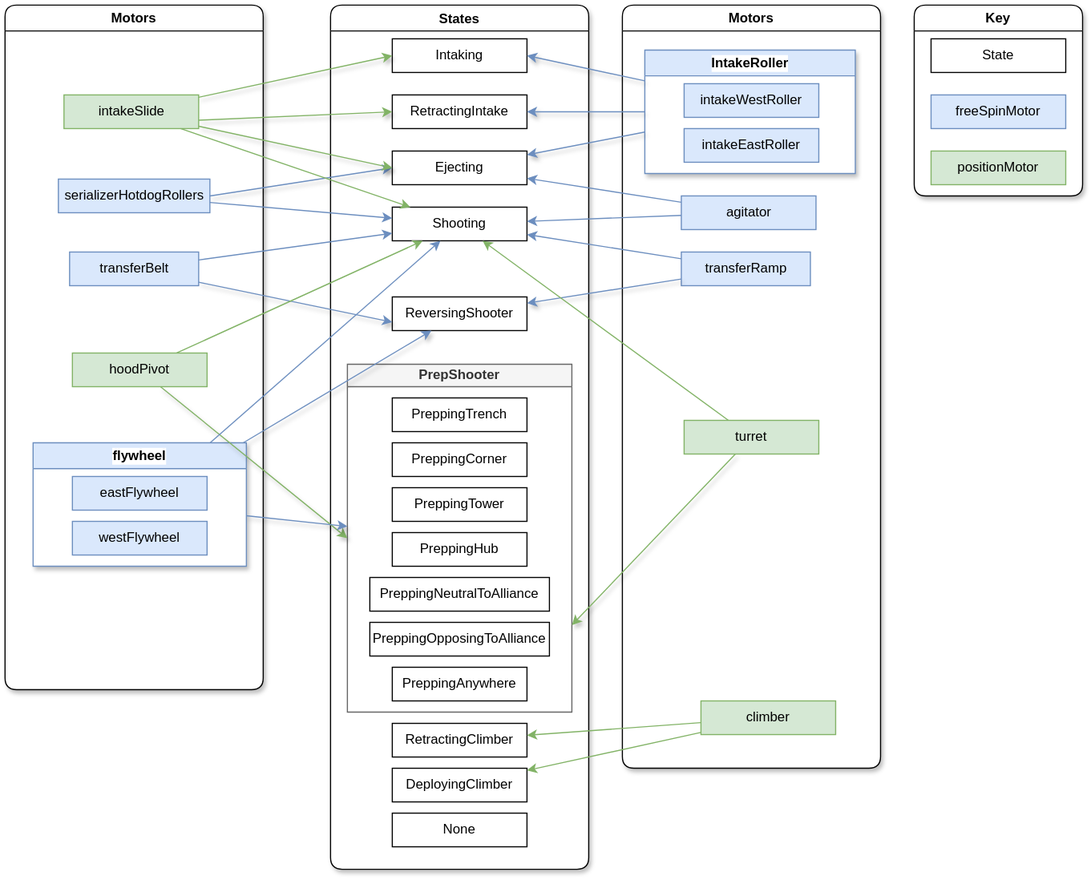
FRCTeam3255/2026_Offbot_Code keeps this draw.io diagram as design/motors_and_states.drawio.svg. Above is the earlier version. Source tidied: cells renumbered, new cells last; positions are measured from the earlier drawing's top-left corner, leaving out a move shared by most shapes.
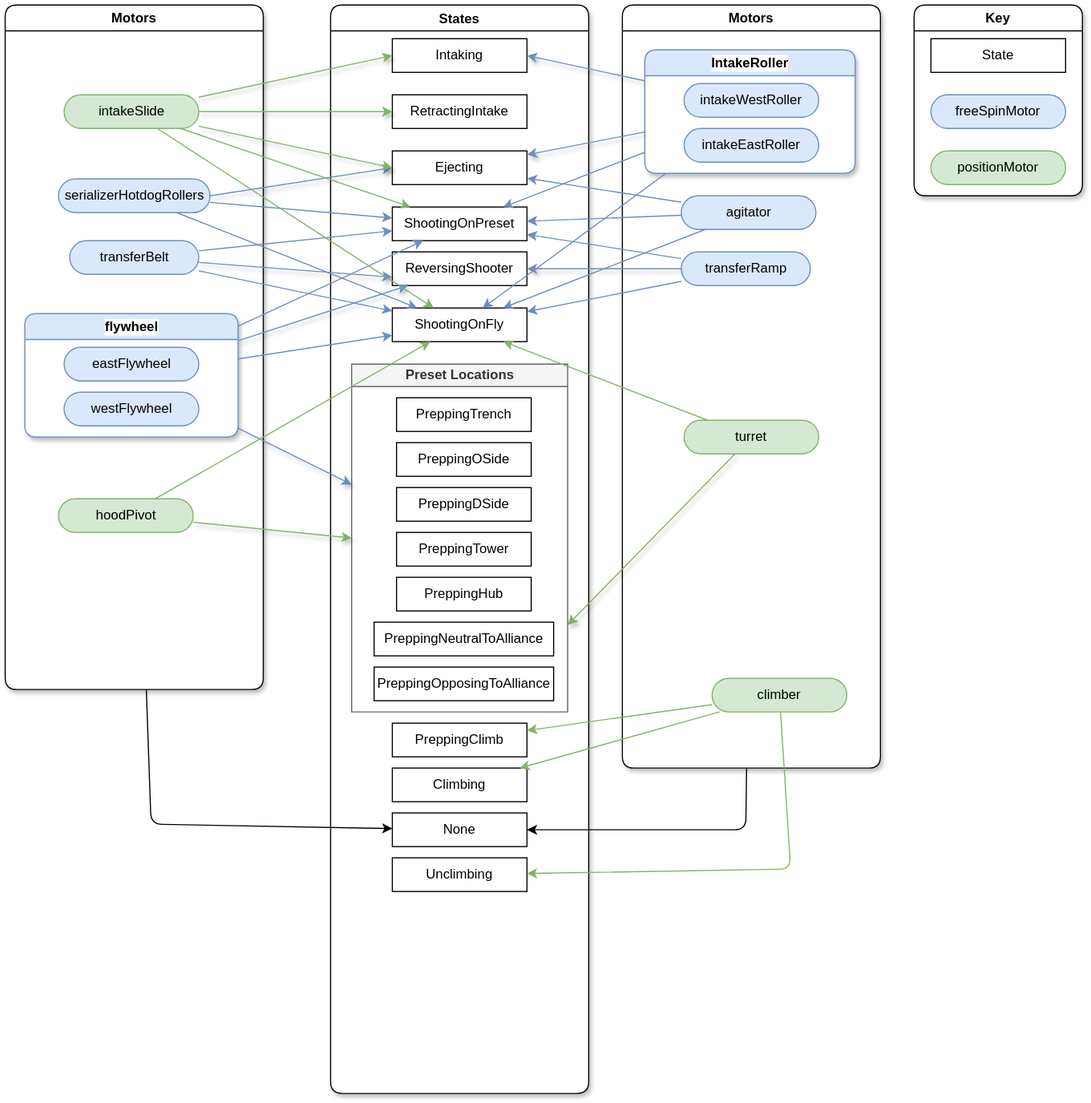
After the change.

What changed in the source:
```diff
@@ -3,114 +3,134 @@
     <mxCell id="0" />
     <mxCell id="1" parent="0" />
     <mxCell id="2" value="States" style="swimlane;swimlaneFillColor=default;glass=0;shadow=1;rounded=1;" parent="1" vertex="1">
-      <mxGeometry x="290" width="230" height="770" as="geometry" />
+      <mxGeometry x="290" width="230" height="970" as="geometry" />
     </mxCell>
     <mxCell id="3" value="Intaking" style="rounded=0;whiteSpace=wrap;html=1;" parent="2" vertex="1">
       <mxGeometry x="55" y="30" width="120" height="30" as="geometry" />
     </mxCell>
-    <mxCell id="4" value="Shooting" style="rounded=0;whiteSpace=wrap;html=1;" parent="2" vertex="1">
+    <mxCell id="4" value="ShootingOnPreset" style="rounded=0;whiteSpace=wrap;html=1;" parent="2" vertex="1">
       <mxGeometry x="55" y="180" width="120" height="30" as="geometry" />
     </mxCell>
-    <mxCell id="5" value="PrepShooter" style="swimlane;whiteSpace=wrap;html=1;startSize=20;fillColor=#f5f5f5;fontColor=#333333;strokeColor=#666666;gradientColor=none;swimlaneFillColor=default;rounded=0;" parent="2" vertex="1">
-      <mxGeometry x="15" y="320" width="200" height="310" as="geometry" />
+    <mxCell id="5" value="Preset Locations" style="swimlane;whiteSpace=wrap;html=1;startSize=20;fillColor=#f5f5f5;fontColor=#333333;strokeColor=#666666;gradientColor=none;swimlaneFillColor=default;rounded=0;" parent="2" vertex="1">
+      <mxGeometry x="18.8" y="320" width="192.5" height="310" as="geometry" />
     </mxCell>
     <mxCell id="6" value="PreppingTrench" style="rounded=0;whiteSpace=wrap;html=1;" parent="5" vertex="1">
       <mxGeometry x="40" y="30" width="120" height="30" as="geometry" />
     </mxCell>
-    <mxCell id="7" value="PreppingCorner" style="rounded=0;whiteSpace=wrap;html=1;" parent="5" vertex="1">
+    <mxCell id="7" value="&lt;span style=&quot;color: rgb(0, 0, 0);&quot;&gt;PreppingOSide&lt;/span&gt;" style="rounded=0;whiteSpace=wrap;html=1;" parent="5" vertex="1">
       <mxGeometry x="40" y="70" width="120" height="30" as="geometry" />
     </mxCell>
     <mxCell id="8" value="PreppingTower" style="rounded=0;whiteSpace=wrap;html=1;" parent="5" vertex="1">
-      <mxGeometry x="40" y="110" width="120" height="30" as="geometry" />
+      <mxGeometry x="40" y="150" width="120" height="30" as="geometry" />
     </mxCell>
     <mxCell id="9" value="PreppingHub" style="rounded=0;whiteSpace=wrap;html=1;" parent="5" vertex="1">
-      <mxGeometry x="40" y="150" width="120" height="30" as="geometry" />
+      <mxGeometry x="40" y="190" width="120" height="30" as="geometry" />
     </mxCell>
     <mxCell id="10" value="PreppingNeutralToAlliance" style="rounded=0;whiteSpace=wrap;html=1;" parent="5" vertex="1">
-      <mxGeometry x="20" y="190" width="160" height="30" as="geometry" />
+      <mxGeometry x="20" y="230" width="160" height="30" as="geometry" />
     </mxCell>
     <mxCell id="11" value="PreppingOpposingToAlliance" style="rounded=0;whiteSpace=wrap;html=1;" parent="5" vertex="1">
-      <mxGeometry x="20" y="230" width="160" height="30" as="geometry" />
+      <mxGeometry x="20" y="270" width="160" height="30" as="geometry" />
     </mxCell>
-    <mxCell id="12" value="PreppingAnywhere" style="rounded=0;whiteSpace=wrap;html=1;" parent="5" vertex="1">
-      <mxGeometry x="40" y="270" width="120" height="30" as="geometry" />
-    </mxCell>
+    <mxCell id="63" value="PreppingDSide" style="rounded=0;whiteSpace=wrap;html=1;" parent="5" vertex="1">
+      <mxGeometry x="40" y="110" width="120" height="30" as="geometry" />
+    </mxCell>
     <mxCell id="13" value="RetractingIntake" style="rounded=0;whiteSpace=wrap;html=1;" parent="2" vertex="1">
       <mxGeometry x="55" y="80" width="120" height="30" as="geometry" />
     </mxCell>
     <mxCell id="14" value="ReversingShooter" style="rounded=0;whiteSpace=wrap;html=1;" parent="2" vertex="1">
-      <mxGeometry x="55" y="260" width="120" height="30" as="geometry" />
+      <mxGeometry x="55" y="220" width="120" height="30" as="geometry" />
     </mxCell>
     <mxCell id="15" value="Ejecting" style="rounded=0;whiteSpace=wrap;html=1;" parent="2" vertex="1">
       <mxGeometry x="55" y="130" width="120" height="30" as="geometry" />
     </mxCell>
-    <mxCell id="16" value="RetractingClimber" style="rounded=0;whiteSpace=wrap;html=1;" parent="2" vertex="1">
+    <mxCell id="16" value="PreppingClimb" style="rounded=0;whiteSpace=wrap;html=1;" parent="2" vertex="1">
       <mxGeometry x="55" y="640" width="120" height="30" as="geometry" />
     </mxCell>
-    <mxCell id="17" value="DeployingClimber" style="rounded=0;whiteSpace=wrap;html=1;" parent="2" vertex="1">
+    <mxCell id="17" value="Climbing" style="rounded=0;whiteSpace=wrap;html=1;" parent="2" vertex="1">
       <mxGeometry x="55" y="680" width="120" height="30" as="geometry" />
     </mxCell>
     <mxCell id="18" value="None" style="rounded=0;whiteSpace=wrap;html=1;" parent="2" vertex="1">
       <mxGeometry x="55" y="720" width="120" height="30" as="geometry" />
     </mxCell>
+    <mxCell id="64" value="Unclimbing" style="rounded=0;whiteSpace=wrap;html=1;" parent="2" vertex="1">
+      <mxGeometry x="55" y="760" width="120" height="30" as="geometry" />
+    </mxCell>
+    <mxCell id="65" value="ShootingOnFly" style="rounded=0;whiteSpace=wrap;html=1;" parent="2" vertex="1">
+      <mxGeometry x="55" y="270" width="120" height="30" as="geometry" />
+    </mxCell>
     <mxCell id="19" value="Key" style="swimlane;whiteSpace=wrap;html=1;shadow=1;rounded=1;swimlaneFillColor=default;" parent="1" vertex="1">
       <mxGeometry x="810" width="150" height="170" as="geometry" />
     </mxCell>
     <mxCell id="20" value="State" style="rounded=0;whiteSpace=wrap;html=1;" parent="19" vertex="1">
       <mxGeometry x="15" y="30" width="120" height="30" as="geometry" />
     </mxCell>
-    <mxCell id="21" value="freeSpinMotor" style="rounded=0;whiteSpace=wrap;html=1;arcSize=50;fillColor=#dae8fc;strokeColor=#6c8ebf;" parent="19" vertex="1">
+    <mxCell id="21" value="freeSpinMotor" style="rounded=1;whiteSpace=wrap;html=1;arcSize=50;fillColor=#dae8fc;strokeColor=#6c8ebf;" parent="19" vertex="1">
       <mxGeometry x="15" y="80" width="120" height="30" as="geometry" />
     </mxCell>
-    <mxCell id="22" value="positionMotor" style="rounded=0;whiteSpace=wrap;html=1;arcSize=50;fillColor=#d5e8d4;strokeColor=#82b366;" parent="19" vertex="1">
+    <mxCell id="22" value="positionMotor" style="rounded=1;whiteSpace=wrap;html=1;arcSize=50;fillColor=#d5e8d4;strokeColor=#82b366;" parent="19" vertex="1">
       <mxGeometry x="15" y="130" width="120" height="30" as="geometry" />
     </mxCell>
+    <mxCell id="66" style="edgeStyle=none;html=1;" parent="1" edge="1" source="23" target="18">
+      <mxGeometry relative="1" as="geometry">
+        <Array as="points">
+          <mxPoint x="660" y="735" />
+        </Array>
+      </mxGeometry>
+    </mxCell>
     <mxCell id="23" value="Motors" style="swimlane;whiteSpace=wrap;html=1;rounded=1;shadow=1;swimlaneFillColor=default;" parent="1" vertex="1">
       <mxGeometry x="550" width="230" height="680" as="geometry" />
     </mxCell>
-    <mxCell id="24" value="IntakeRoller" style="swimlane;whiteSpace=wrap;html=1;rounded=0;shadow=1;glass=0;strokeColor=#6c8ebf;align=center;verticalAlign=middle;swimlaneFillColor=#FFFFFF;fontFamily=Helvetica;fontSize=12;fontStyle=1;labelBackgroundColor=default;fillColor=#dae8fc;" parent="23" vertex="1">
+    <mxCell id="24" value="IntakeRoller" style="swimlane;whiteSpace=wrap;html=1;rounded=1;shadow=1;glass=0;strokeColor=#6c8ebf;align=center;verticalAlign=middle;swimlaneFillColor=#FFFFFF;fontFamily=Helvetica;fontSize=12;fontStyle=1;labelBackgroundColor=default;fillColor=#dae8fc;" parent="23" vertex="1">
       <mxGeometry x="20" y="40" width="187.5" height="110" as="geometry" />
     </mxCell>
-    <mxCell id="25" value="intakeWestRoller" style="rounded=0;whiteSpace=wrap;html=1;arcSize=50;fillColor=#dae8fc;strokeColor=#6c8ebf;" parent="24" vertex="1">
+    <mxCell id="25" value="intakeWestRoller" style="rounded=1;whiteSpace=wrap;html=1;arcSize=50;fillColor=#dae8fc;strokeColor=#6c8ebf;" parent="24" vertex="1">
       <mxGeometry x="35" y="30" width="120" height="30" as="geometry" />
     </mxCell>
-    <mxCell id="26" value="intakeEastRoller" style="rounded=0;whiteSpace=wrap;html=1;arcSize=50;fillColor=#dae8fc;strokeColor=#6c8ebf;" parent="24" vertex="1">
+    <mxCell id="26" value="intakeEastRoller" style="rounded=1;whiteSpace=wrap;html=1;arcSize=50;fillColor=#dae8fc;strokeColor=#6c8ebf;" parent="24" vertex="1">
       <mxGeometry x="35" y="70" width="120" height="30" as="geometry" />
     </mxCell>
-    <mxCell id="27" value="turret" style="rounded=0;whiteSpace=wrap;html=1;arcSize=50;fillColor=#d5e8d4;strokeColor=#82b366;" parent="23" vertex="1">
+    <mxCell id="27" value="turret" style="rounded=1;whiteSpace=wrap;html=1;arcSize=50;fillColor=#d5e8d4;strokeColor=#82b366;" parent="23" vertex="1">
       <mxGeometry x="55" y="370" width="120" height="30" as="geometry" />
     </mxCell>
-    <mxCell id="28" value="agitator" style="rounded=0;whiteSpace=wrap;html=1;arcSize=50;fillColor=#dae8fc;strokeColor=#6c8ebf;" parent="23" vertex="1">
+    <mxCell id="28" value="agitator" style="rounded=1;whiteSpace=wrap;html=1;arcSize=50;fillColor=#dae8fc;strokeColor=#6c8ebf;" parent="23" vertex="1">
       <mxGeometry x="52.5" y="170" width="120" height="30" as="geometry" />
     </mxCell>
-    <mxCell id="29" value="climber" style="rounded=0;whiteSpace=wrap;html=1;arcSize=50;fillColor=#d5e8d4;strokeColor=#82b366;" parent="23" vertex="1">
-      <mxGeometry x="70" y="620" width="120" height="30" as="geometry" />
+    <mxCell id="29" value="climber" style="rounded=1;whiteSpace=wrap;html=1;arcSize=50;fillColor=#d5e8d4;strokeColor=#82b366;" parent="23" vertex="1">
+      <mxGeometry x="80" y="600" width="120" height="30" as="geometry" />
     </mxCell>
-    <mxCell id="30" value="transferRamp" style="rounded=0;whiteSpace=wrap;html=1;arcSize=50;fillColor=#dae8fc;strokeColor=#6c8ebf;" parent="23" vertex="1">
+    <mxCell id="30" value="transferRamp" style="rounded=1;whiteSpace=wrap;html=1;arcSize=50;fillColor=#dae8fc;strokeColor=#6c8ebf;" parent="23" vertex="1">
       <mxGeometry x="52.5" y="220" width="115" height="30" as="geometry" />
     </mxCell>
+    <mxCell id="67" style="edgeStyle=none;html=1;" parent="1" edge="1" source="31" target="18">
+      <mxGeometry relative="1" as="geometry">
+        <Array as="points">
+          <mxPoint x="130" y="730" />
+        </Array>
+      </mxGeometry>
+    </mxCell>
     <mxCell id="31" value="Motors" style="swimlane;whiteSpace=wrap;html=1;swimlaneFillColor=default;swimlaneLine=1;glass=0;rounded=1;shadow=1;" parent="1" vertex="1">
       <mxGeometry width="230" height="610" as="geometry" />
     </mxCell>
-    <mxCell id="32" value="intakeSlide" style="rounded=0;whiteSpace=wrap;html=1;arcSize=50;fillColor=#d5e8d4;strokeColor=#82b366;shadow=0;" parent="31" vertex="1">
+    <mxCell id="32" value="intakeSlide" style="rounded=1;whiteSpace=wrap;html=1;arcSize=50;fillColor=#d5e8d4;strokeColor=#82b366;shadow=0;" parent="31" vertex="1">
       <mxGeometry x="52.5" y="80" width="120" height="30" as="geometry" />
     </mxCell>
-    <mxCell id="33" value="hoodPivot" style="rounded=0;whiteSpace=wrap;html=1;arcSize=50;fillColor=#d5e8d4;strokeColor=#82b366;" parent="31" vertex="1">
-      <mxGeometry x="60" y="310" width="120" height="30" as="geometry" />
+    <mxCell id="33" value="hoodPivot" style="rounded=1;whiteSpace=wrap;html=1;arcSize=50;fillColor=#d5e8d4;strokeColor=#82b366;" parent="31" vertex="1">
+      <mxGeometry x="47.5" y="440" width="120" height="30" as="geometry" />
     </mxCell>
-    <mxCell id="34" value="transferBelt" style="rounded=0;whiteSpace=wrap;html=1;arcSize=50;fillColor=#dae8fc;strokeColor=#6c8ebf;" parent="31" vertex="1">
-      <mxGeometry x="57.5" y="220" width="115" height="30" as="geometry" />
+    <mxCell id="34" value="transferBelt" style="rounded=1;whiteSpace=wrap;html=1;arcSize=50;fillColor=#dae8fc;strokeColor=#6c8ebf;" parent="31" vertex="1">
+      <mxGeometry x="57.5" y="210" width="115" height="30" as="geometry" />
     </mxCell>
-    <mxCell id="35" value="serializerHotdogRollers" style="rounded=0;whiteSpace=wrap;html=1;arcSize=50;fillColor=#dae8fc;strokeColor=#6c8ebf;" parent="31" vertex="1">
+    <mxCell id="35" value="serializerHotdogRollers" style="rounded=1;whiteSpace=wrap;html=1;arcSize=50;fillColor=#dae8fc;strokeColor=#6c8ebf;" parent="31" vertex="1">
       <mxGeometry x="47.5" y="155" width="135" height="30" as="geometry" />
     </mxCell>
-    <mxCell id="36" value="flywheel" style="swimlane;whiteSpace=wrap;html=1;rounded=0;shadow=1;glass=0;strokeColor=#6c8ebf;align=center;verticalAlign=middle;swimlaneFillColor=default;fontFamily=Helvetica;fontSize=12;fontStyle=1;labelBackgroundColor=default;fillColor=#dae8fc;" parent="31" vertex="1">
-      <mxGeometry x="25" y="390" width="190" height="110" as="geometry" />
+    <mxCell id="36" value="flywheel" style="swimlane;whiteSpace=wrap;html=1;rounded=1;shadow=1;glass=0;strokeColor=#6c8ebf;align=center;verticalAlign=middle;swimlaneFillColor=default;fontFamily=Helvetica;fontSize=12;fontStyle=1;labelBackgroundColor=default;fillColor=#dae8fc;" parent="31" vertex="1">
+      <mxGeometry x="17.5" y="275" width="190" height="110" as="geometry" />
     </mxCell>
-    <mxCell id="37" value="&lt;span style=&quot;color: rgb(0, 0, 0);&quot;&gt;eastFlywheel&lt;/span&gt;" style="rounded=0;whiteSpace=wrap;html=1;arcSize=50;fillColor=#dae8fc;strokeColor=#6c8ebf;" parent="36" vertex="1">
+    <mxCell id="37" value="&lt;span style=&quot;color: rgb(0, 0, 0);&quot;&gt;eastFlywheel&lt;/span&gt;" style="rounded=1;whiteSpace=wrap;html=1;arcSize=50;fillColor=#dae8fc;strokeColor=#6c8ebf;" parent="36" vertex="1">
       <mxGeometry x="35" y="30" width="120" height="30" as="geometry" />
     </mxCell>
-    <mxCell id="38" value="&lt;span style=&quot;color: rgb(0, 0, 0);&quot;&gt;westFlywheel&lt;/span&gt;" style="rounded=0;whiteSpace=wrap;html=1;arcSize=50;fillColor=#dae8fc;strokeColor=#6c8ebf;" parent="36" vertex="1">
+    <mxCell id="38" value="&lt;span style=&quot;color: rgb(0, 0, 0);&quot;&gt;westFlywheel&lt;/span&gt;" style="rounded=1;whiteSpace=wrap;html=1;arcSize=50;fillColor=#dae8fc;strokeColor=#6c8ebf;" parent="36" vertex="1">
       <mxGeometry x="35" y="70" width="120" height="30" as="geometry" />
     </mxCell>
     <mxCell id="39" style="edgeStyle=none;html=1;entryX=0;entryY=0.5;entryDx=0;entryDy=0;fillColor=#d5e8d4;strokeColor=#82b366;shadow=1;rounded=0;" parent="1" edge="1" source="32" target="3">
@@ -125,15 +145,12 @@
     <mxCell id="42" style="edgeStyle=none;shape=connector;rounded=0;html=1;shadow=1;strokeColor=#82b366;align=center;verticalAlign=middle;fontFamily=Helvetica;fontSize=11;fontColor=default;labelBackgroundColor=default;endArrow=classic;flowAnimation=0;fillColor=#d5e8d4;entryX=1;entryY=0.75;entryDx=0;entryDy=0;" parent="1" edge="1" source="27" target="5">
       <mxGeometry relative="1" as="geometry" />
     </mxCell>
-    <mxCell id="43" style="edgeStyle=none;shape=connector;rounded=0;html=1;entryX=0;entryY=0.5;entryDx=0;entryDy=0;shadow=1;strokeColor=#82b366;align=center;verticalAlign=middle;fontFamily=Helvetica;fontSize=12;fontColor=default;fontStyle=1;labelBackgroundColor=default;endArrow=classic;flowAnimation=0;fillColor=#d5e8d4;exitX=1;exitY=0.75;exitDx=0;exitDy=0;" parent="1" edge="1" source="32" target="13">
+    <mxCell id="43" style="edgeStyle=none;shape=connector;rounded=0;html=1;entryX=0;entryY=0.5;entryDx=0;entryDy=0;shadow=1;strokeColor=#82b366;align=center;verticalAlign=middle;fontFamily=Helvetica;fontSize=12;fontColor=default;fontStyle=1;labelBackgroundColor=default;endArrow=classic;flowAnimation=0;fillColor=#d5e8d4;" parent="1" edge="1" source="32" target="13">
       <mxGeometry relative="1" as="geometry" />
     </mxCell>
     <mxCell id="44" style="edgeStyle=none;shape=connector;rounded=0;html=1;exitX=0;exitY=0.25;exitDx=0;exitDy=0;entryX=1;entryY=0.5;entryDx=0;entryDy=0;shadow=1;strokeColor=#6c8ebf;align=center;verticalAlign=middle;fontFamily=Helvetica;fontSize=12;fontColor=default;fontStyle=1;labelBackgroundColor=default;endArrow=classic;flowAnimation=0;fillColor=#dae8fc;" parent="1" edge="1" source="24" target="3">
       <mxGeometry relative="1" as="geometry" />
     </mxCell>
-    <mxCell id="45" style="edgeStyle=none;shape=connector;rounded=0;html=1;exitX=0;exitY=0.5;exitDx=0;exitDy=0;entryX=1;entryY=0.5;entryDx=0;entryDy=0;shadow=1;strokeColor=#6c8ebf;align=center;verticalAlign=middle;fontFamily=Helvetica;fontSize=12;fontColor=default;fontStyle=1;labelBackgroundColor=default;endArrow=classic;flowAnimation=0;fillColor=#dae8fc;" parent="1" edge="1" source="24" target="13">
-      <mxGeometry relative="1" as="geometry" />
-    </mxCell>
     <mxCell id="46" style="edgeStyle=none;shape=connector;rounded=0;html=1;shadow=1;strokeColor=#6c8ebf;align=center;verticalAlign=middle;fontFamily=Helvetica;fontSize=12;fontColor=default;fontStyle=1;labelBackgroundColor=default;endArrow=classic;flowAnimation=0;fillColor=#dae8fc;" parent="1" edge="1" source="36" target="14">
       <mxGeometry relative="1" as="geometry" />
     </mxCell>
@@ -173,17 +190,48 @@
     <mxCell id="58" style="edgeStyle=none;html=1;fillColor=#dae8fc;strokeColor=#6c8ebf;" parent="1" edge="1" source="36" target="4">
       <mxGeometry relative="1" as="geometry" />
     </mxCell>
-    <mxCell id="59" style="edgeStyle=none;html=1;fillColor=#d5e8d4;strokeColor=#82b366;" parent="1" edge="1" source="33" target="4">
-      <mxGeometry relative="1" as="geometry" />
-    </mxCell>
-    <mxCell id="60" style="edgeStyle=none;html=1;fillColor=#d5e8d4;strokeColor=#82b366;" parent="1" edge="1" source="27" target="4">
-      <mxGeometry relative="1" as="geometry" />
-    </mxCell>
     <mxCell id="61" style="edgeStyle=none;html=1;fillColor=#d5e8d4;strokeColor=#82b366;" parent="1" edge="1" source="29" target="16">
       <mxGeometry relative="1" as="geometry" />
     </mxCell>
     <mxCell id="62" style="edgeStyle=none;html=1;fillColor=#d5e8d4;strokeColor=#82b366;" parent="1" edge="1" source="29" target="17">
       <mxGeometry relative="1" as="geometry" />
     </mxCell>
+    <mxCell id="68" style="edgeStyle=none;html=1;fillColor=#dae8fc;strokeColor=#6c8ebf;" parent="1" edge="1" source="24" target="4">
+      <mxGeometry relative="1" as="geometry" />
+    </mxCell>
+    <mxCell id="69" style="edgeStyle=none;html=1;fillColor=#d5e8d4;strokeColor=#82b366;" parent="1" edge="1" source="32" target="65">
+      <mxGeometry relative="1" as="geometry" />
+    </mxCell>
+    <mxCell id="70" style="edgeStyle=none;html=1;fillColor=#dae8fc;strokeColor=#6c8ebf;" parent="1" edge="1" source="35" target="65">
+      <mxGeometry relative="1" as="geometry" />
+    </mxCell>
+    <mxCell id="71" style="edgeStyle=none;html=1;fillColor=#dae8fc;strokeColor=#6c8ebf;" parent="1" edge="1" source="34" target="65">
+      <mxGeometry relative="1" as="geometry" />
+    </mxCell>
+    <mxCell id="72" style="edgeStyle=none;html=1;fillColor=#dae8fc;strokeColor=#6c8ebf;" parent="1" edge="1" source="36" target="65">
+      <mxGeometry relative="1" as="geometry" />
+    </mxCell>
+    <mxCell id="73" style="edgeStyle=none;html=1;fillColor=#d5e8d4;strokeColor=#82b366;" parent="1" edge="1" source="33" target="65">
+      <mxGeometry relative="1" as="geometry" />
+    </mxCell>
+    <mxCell id="74" style="edgeStyle=none;html=1;fillColor=#dae8fc;strokeColor=#6c8ebf;" parent="1" edge="1" source="24" target="65">
+      <mxGeometry relative="1" as="geometry" />
+    </mxCell>
+    <mxCell id="75" style="edgeStyle=none;html=1;fillColor=#dae8fc;strokeColor=#6c8ebf;" parent="1" edge="1" source="28" target="65">
+      <mxGeometry relative="1" as="geometry" />
+    </mxCell>
+    <mxCell id="76" style="edgeStyle=none;html=1;fillColor=#dae8fc;strokeColor=#6c8ebf;" parent="1" edge="1" source="30" target="65">
+      <mxGeometry relative="1" as="geometry" />
+    </mxCell>
+    <mxCell id="77" style="edgeStyle=none;html=1;fillColor=#d5e8d4;strokeColor=#82b366;" parent="1" edge="1" source="27" target="65">
+      <mxGeometry relative="1" as="geometry" />
+    </mxCell>
+    <mxCell id="78" style="edgeStyle=none;html=1;fillColor=#d5e8d4;strokeColor=#82b366;" parent="1" edge="1" source="29" target="64">
+      <mxGeometry relative="1" as="geometry">
+        <Array as="points">
+          <mxPoint x="700" y="770" />
+        </Array>
+      </mxGeometry>
+    </mxCell>
   </root>
 </mxGraphModel>
```
